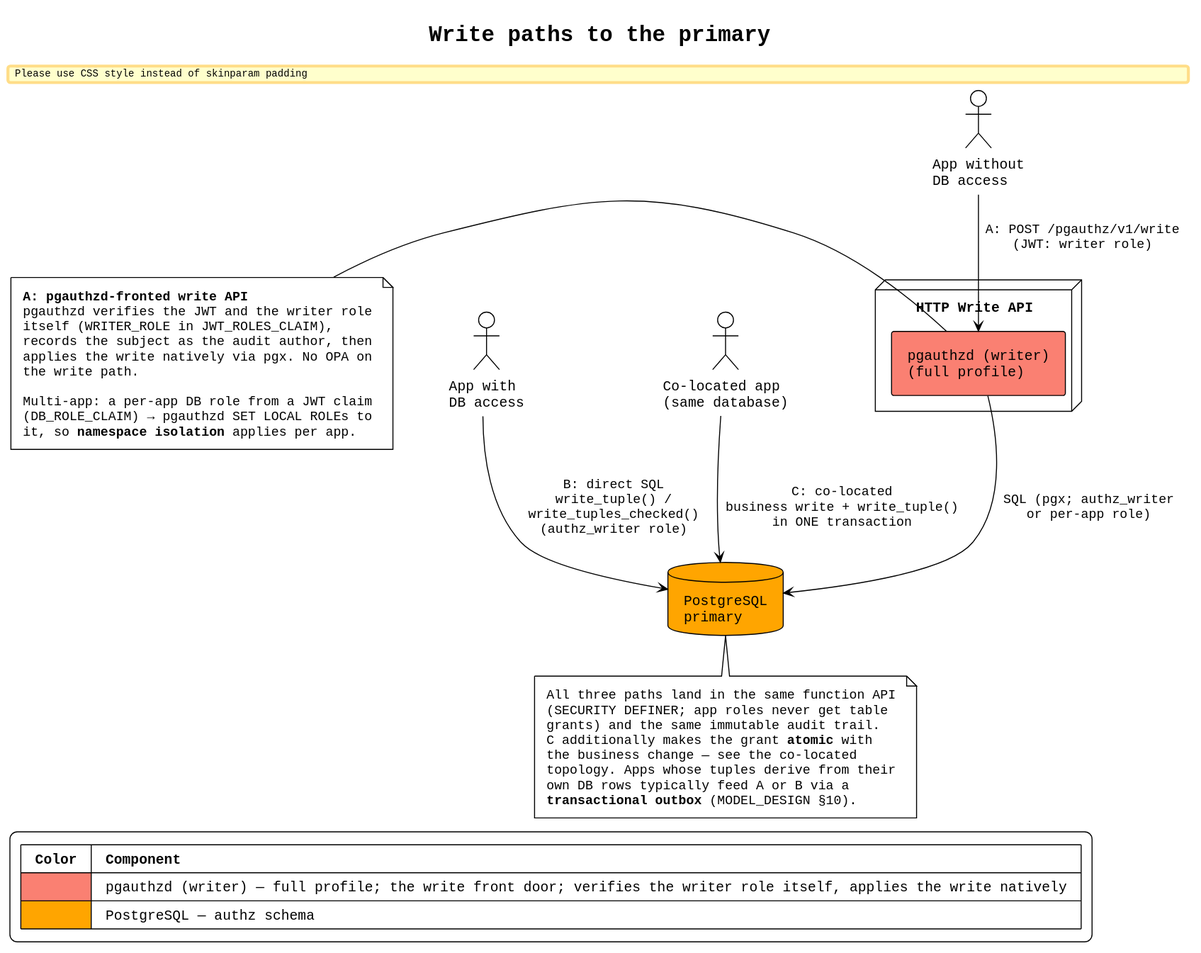
Above: docs/architecture-write-api.svg in thomasdarimont/pgauthz (PlantUML), before the change.
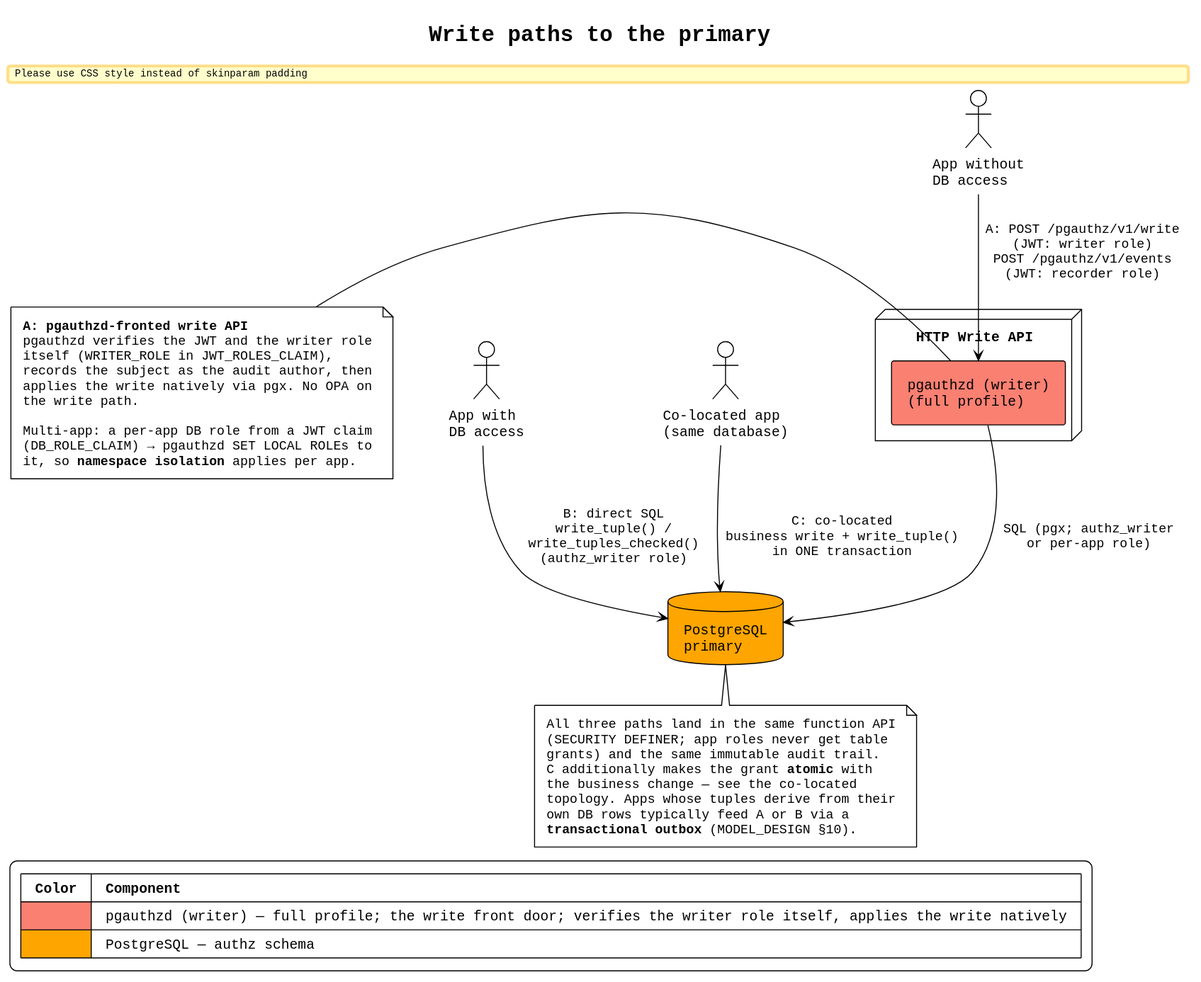
Above is the later version.

Commit message:
docs: describe the action log and temporal gates in ARCHITECTURE, DESIGN and roles

What changed in the source:
```diff
@@ -34,7 +34,7 @@
 
 N1 -right-> pgd
 
-appA -down-> pgd : "A: POST /pgauthz/v1/write\n(JWT: writer role)"
+appA -down-> pgd : "A: POST /pgauthz/v1/write\n(JWT: writer role)\nPOST /pgauthz/v1/events\n(JWT: recorder role)"
 pgd -down-> pg : "SQL (pgx; authz_writer\nor per-app role)"
 
 appB -down-> pg : "B: direct SQL\nwrite_tuple() /\nwrite_tuples_checked()\n(authz_writer role)"
```
